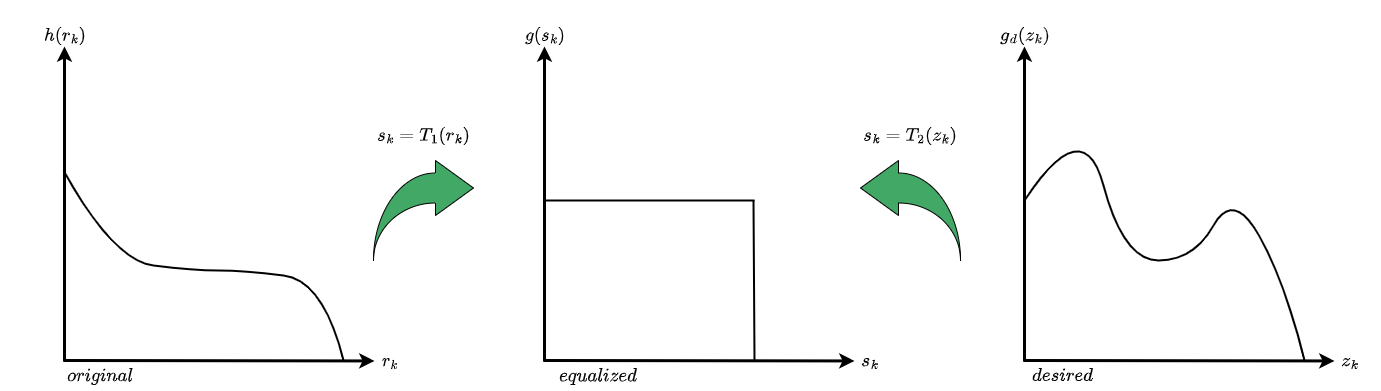
hazalmogultay/466Images keeps this draw.io diagram as W4/4-22.drawio.png. Above is the earlier version. Source tidied: cells renumbered, new cells last; positions are measured from the earlier drawing's top-left corner, leaving out a move shared by most shapes.
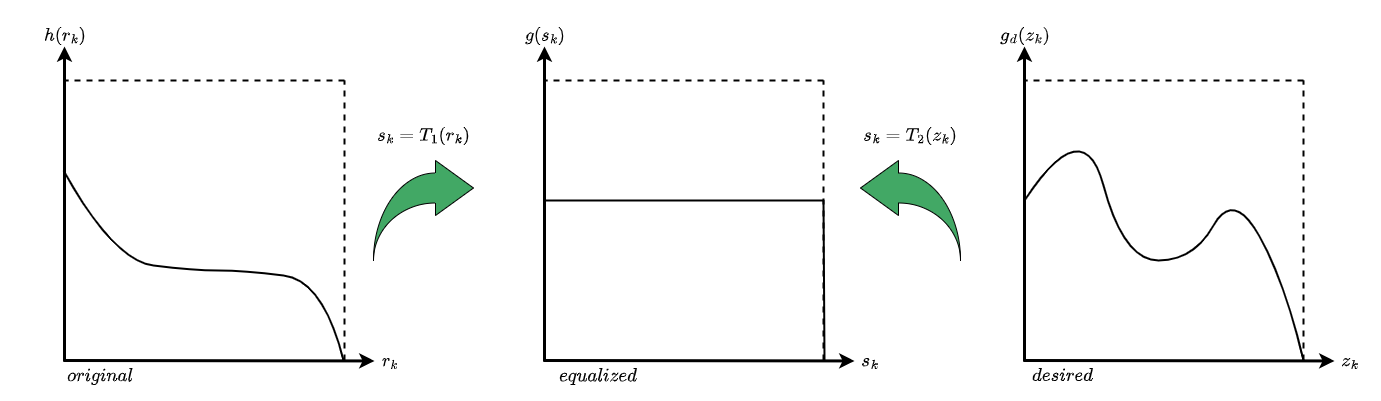
After the change.

Diff of the diagram source:
```diff
@@ -61,14 +61,14 @@
     </mxCell>
     <mxCell id="14" style="endArrow=none;html=1;rounded=0;fontSize=16;strokeWidth=2;" parent="1" edge="1">
       <mxGeometry relative="1" as="geometry">
-        <mxPoint x="754" y="360" as="sourcePoint" />
-        <mxPoint x="753" y="200" as="targetPoint" />
+        <mxPoint x="824" y="360" as="sourcePoint" />
+        <mxPoint x="823" y="200" as="targetPoint" />
       </mxGeometry>
     </mxCell>
     <mxCell id="15" style="endArrow=none;html=1;rounded=0;fontSize=16;strokeWidth=2;" parent="1" edge="1">
       <mxGeometry relative="1" as="geometry">
         <mxPoint x="544" y="200" as="sourcePoint" />
-        <mxPoint x="754" y="200" as="targetPoint" />
+        <mxPoint x="823" y="200" as="targetPoint" />
       </mxGeometry>
     </mxCell>
     <mxCell id="16" style="endArrow=classic;html=1;rounded=0;strokeWidth=3;fontFamily=Helvetica;" parent="1" edge="1">
@@ -95,7 +95,7 @@
     <mxCell id="21" style="curved=1;endArrow=none;html=1;rounded=0;fontSize=16;endFill=0;strokeWidth=2;" parent="1" edge="1">
       <mxGeometry relative="1" as="geometry">
         <mxPoint x="1024" y="200" as="sourcePoint" />
-        <mxPoint x="1304" y="360" as="targetPoint" />
+        <mxPoint x="1303" y="360" as="targetPoint" />
         <Array as="points">
           <mxPoint x="1083" y="110" />
           <mxPoint x="1123" y="260" />
@@ -114,5 +114,41 @@
     <mxCell id="24" value="$$s_k = T_2(z_k)$$" style="text;html=1;strokeColor=none;fillColor=none;align=center;verticalAlign=middle;whiteSpace=wrap;rounded=0;fontSize=16;fontStyle=1;" parent="1" vertex="1">
       <mxGeometry x="845" y="100" width="130" height="70" as="geometry" />
     </mxCell>
+    <mxCell id="25" style="endArrow=none;dashed=1;html=1;rounded=0;fontSize=16;strokeWidth=2;" parent="1" edge="1">
+      <mxGeometry relative="1" as="geometry">
+        <mxPoint x="344" y="80" as="sourcePoint" />
+        <mxPoint x="64" y="80" as="targetPoint" />
+      </mxGeometry>
+    </mxCell>
+    <mxCell id="26" style="endArrow=none;dashed=1;html=1;rounded=0;fontSize=16;strokeWidth=2;" parent="1" edge="1">
+      <mxGeometry relative="1" as="geometry">
+        <mxPoint x="344" y="360" as="sourcePoint" />
+        <mxPoint x="344" y="80" as="targetPoint" />
+      </mxGeometry>
+    </mxCell>
+    <mxCell id="27" style="endArrow=none;dashed=1;html=1;rounded=0;fontSize=16;strokeWidth=2;" parent="1" edge="1">
+      <mxGeometry relative="1" as="geometry">
+        <mxPoint x="823" y="80" as="sourcePoint" />
+        <mxPoint x="543" y="80" as="targetPoint" />
+      </mxGeometry>
+    </mxCell>
+    <mxCell id="28" style="endArrow=none;dashed=1;html=1;rounded=0;fontSize=16;strokeWidth=2;" parent="1" edge="1">
+      <mxGeometry relative="1" as="geometry">
+        <mxPoint x="823" y="360" as="sourcePoint" />
+        <mxPoint x="823" y="80" as="targetPoint" />
+      </mxGeometry>
+    </mxCell>
+    <mxCell id="29" style="endArrow=none;dashed=1;html=1;rounded=0;fontSize=16;strokeWidth=2;" parent="1" edge="1">
+      <mxGeometry relative="1" as="geometry">
+        <mxPoint x="1303" y="80" as="sourcePoint" />
+        <mxPoint x="1023" y="80" as="targetPoint" />
+      </mxGeometry>
+    </mxCell>
+    <mxCell id="30" style="endArrow=none;dashed=1;html=1;rounded=0;fontSize=16;strokeWidth=2;" parent="1" edge="1">
+      <mxGeometry relative="1" as="geometry">
+        <mxPoint x="1303" y="360" as="sourcePoint" />
+        <mxPoint x="1303" y="80" as="targetPoint" />
+      </mxGeometry>
+    </mxCell>
   </root>
 </mxGraphModel>
```
